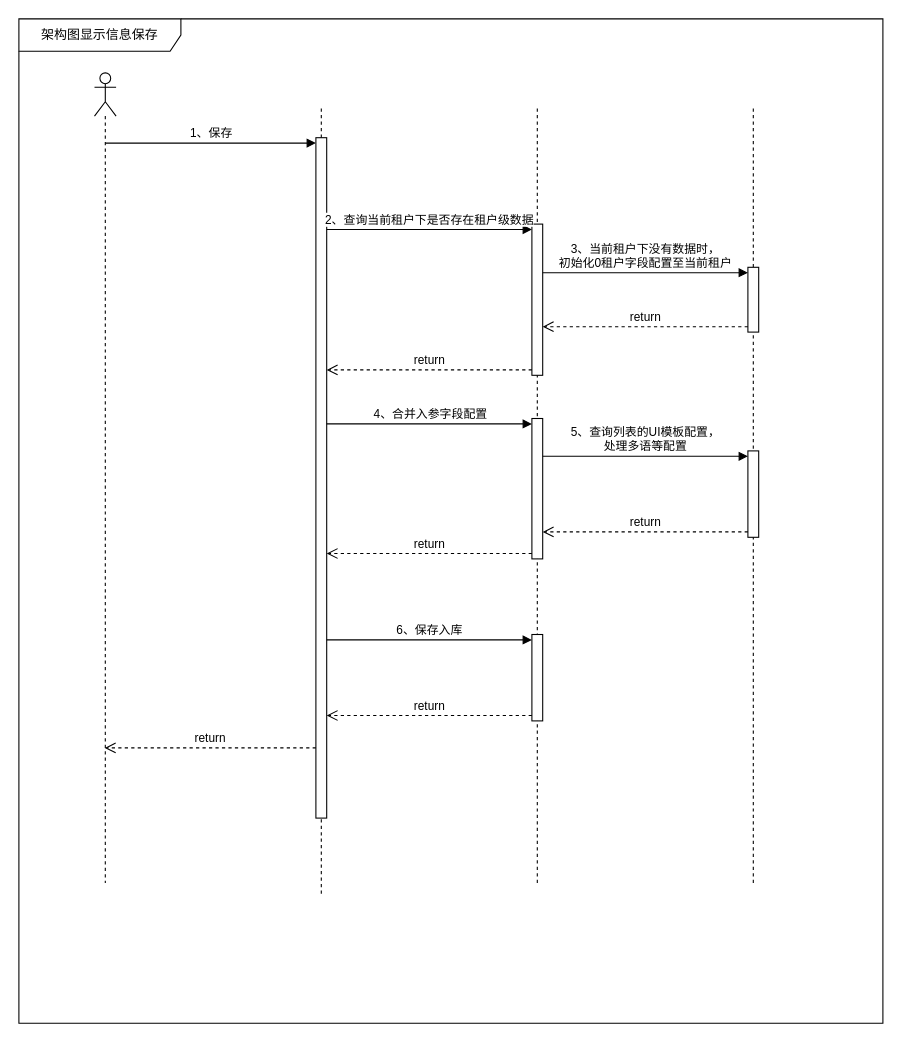
Before: 架构图-显示信息-保存.drawio in Super-YYQ/drawIo, a draw.io diagram. Source tidied: cells renumbered, new cells numbered last; positions are measured from the earlier drawing's top-left corner, leaving out a move shared by most shapes. Both pictures are drawn from the tidied source at 108%, with x=0, y=0 at pixel (18, 18).
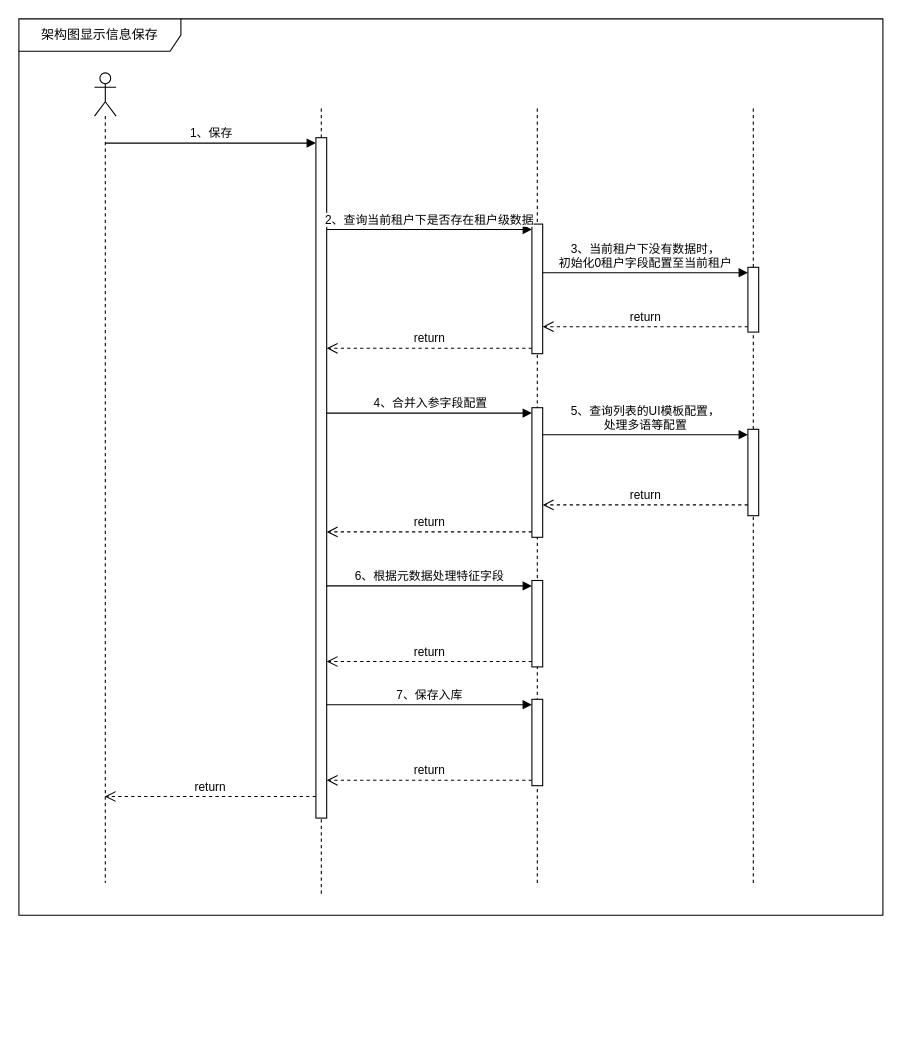
The same page after the edit.

Commit message:
更新架构图-显示信息-保存.drawio

The change refers to these unchanged cells:
```xml
<mxCell id="10" style="html=1;points=[[0,0,0,0,5],[0,1,0,0,-5],[1,0,0,0,5],[1,1,0,0,-5]];perimeter=orthogonalPerimeter;outlineConnect=0;targetShapes=umlLifeline;portConstraint=eastwest;newEdgeStyle={&quot;curved&quot;:0,&quot;rounded&quot;:0};" parent="1" vertex="1">
  <mxGeometry x="275" y="110" width="10" height="630" as="geometry" />
</mxCell>
```

Diff of the diagram source:
```diff
@@
     <mxCell id="2" value="架构图显示信息保存" style="shape=umlFrame;whiteSpace=wrap;html=1;width=150;height=30;" parent="1" vertex="1">
-      <mxGeometry width="800" height="930" as="geometry" />
+      <mxGeometry width="800" height="830" as="geometry" />
     </mxCell>
@@
     <mxCell id="8" value="return" style="html=1;verticalAlign=bottom;endArrow=open;dashed=1;endSize=8;curved=0;rounded=0;exitX=0;exitY=1;exitDx=0;exitDy=-5;" parent="1" edge="1">
       <mxGeometry relative="1" as="geometry">
-        <mxPoint x="275" y="675" as="sourcePoint" />
-        <mxPoint x="79.5" y="675" as="targetPoint" />
+        <mxPoint x="275" y="720" as="sourcePoint" />
+        <mxPoint x="79.5" y="720" as="targetPoint" />
       </mxGeometry>
     </mxCell>
@@
     <mxCell id="11" style="html=1;points=[[0,0,0,0,5],[0,1,0,0,-5],[1,0,0,0,5],[1,1,0,0,-5]];perimeter=orthogonalPerimeter;outlineConnect=0;targetShapes=umlLifeline;portConstraint=eastwest;newEdgeStyle={&quot;curved&quot;:0,&quot;rounded&quot;:0};" parent="1" vertex="1">
-      <mxGeometry x="475" y="190" width="10" height="140" as="geometry" />
+      <mxGeometry x="475" y="190" width="10" height="120" as="geometry" />
     </mxCell>
@@
     <mxCell id="17" style="html=1;points=[[0,0,0,0,5],[0,1,0,0,-5],[1,0,0,0,5],[1,1,0,0,-5]];perimeter=orthogonalPerimeter;outlineConnect=0;targetShapes=umlLifeline;portConstraint=eastwest;newEdgeStyle={&quot;curved&quot;:0,&quot;rounded&quot;:0};" parent="1" vertex="1">
-      <mxGeometry x="475" y="370" width="10" height="130" as="geometry" />
+      <mxGeometry x="475" y="360" width="10" height="120" as="geometry" />
     </mxCell>
-    <mxCell id="18" value="4、合并入参字段配置" style="html=1;verticalAlign=bottom;endArrow=block;curved=0;rounded=0;entryX=0;entryY=0;entryDx=0;entryDy=5;" parent="1" edge="1" target="17">
-      <mxGeometry x="0.01" relative="1" as="geometry">
-        <mxPoint x="285" y="375" as="sourcePoint" />
-      </mxGeometry>
+    <mxCell id="18" value="4、合并入参字段配置" style="html=1;verticalAlign=bottom;endArrow=block;curved=0;rounded=0;entryX=0;entryY=0;entryDx=0;entryDy=5;" parent="1" edge="1" source="10" target="17">
+      <mxGeometry x="0.01" relative="1" as="geometry" />
     </mxCell>
-    <mxCell id="19" value="return" style="html=1;verticalAlign=bottom;endArrow=open;dashed=1;endSize=8;curved=0;rounded=0;exitX=0;exitY=1;exitDx=0;exitDy=-5;" parent="1" edge="1" source="17">
-      <mxGeometry relative="1" as="geometry">
-        <mxPoint x="285" y="495" as="targetPoint" />
-      </mxGeometry>
+    <mxCell id="19" value="return" style="html=1;verticalAlign=bottom;endArrow=open;dashed=1;endSize=8;curved=0;rounded=0;exitX=0;exitY=1;exitDx=0;exitDy=-5;" parent="1" edge="1" source="17" target="10">
+      <mxGeometry relative="1" as="geometry" />
     </mxCell>
     <mxCell id="20" style="html=1;points=[[0,0,0,0,5],[0,1,0,0,-5],[1,0,0,0,5],[1,1,0,0,-5]];perimeter=orthogonalPerimeter;outlineConnect=0;targetShapes=umlLifeline;portConstraint=eastwest;newEdgeStyle={&quot;curved&quot;:0,&quot;rounded&quot;:0};" parent="1" vertex="1">
-      <mxGeometry x="675" y="400" width="10" height="80" as="geometry" />
+      <mxGeometry x="675" y="380" width="10" height="80" as="geometry" />
     </mxCell>
@@
-    <mxCell id="22" value="return" style="html=1;verticalAlign=bottom;endArrow=open;dashed=1;endSize=8;curved=0;rounded=0;exitX=0;exitY=1;exitDx=0;exitDy=-5;" parent="1" edge="1" source="20" target="17">
-      <mxGeometry relative="1" as="geometry" />
+    <mxCell id="22" value="return" style="html=1;verticalAlign=bottom;endArrow=open;dashed=1;endSize=8;curved=0;rounded=0;exitX=0;exitY=1;exitDx=0;exitDy=-5;" parent="1" edge="1">
+      <mxGeometry relative="1" as="geometry">
+        <mxPoint x="675" y="450" as="sourcePoint" />
+        <mxPoint x="485" y="450" as="targetPoint" />
+      </mxGeometry>
     </mxCell>
     <mxCell id="23" style="html=1;points=[[0,0,0,0,5],[0,1,0,0,-5],[1,0,0,0,5],[1,1,0,0,-5]];perimeter=orthogonalPerimeter;outlineConnect=0;targetShapes=umlLifeline;portConstraint=eastwest;newEdgeStyle={&quot;curved&quot;:0,&quot;rounded&quot;:0};" parent="1" vertex="1">
-      <mxGeometry x="475" y="570" width="10" height="80" as="geometry" />
+      <mxGeometry x="475" y="630" width="10" height="80" as="geometry" />
     </mxCell>
-    <mxCell id="24" value="6、保存入库" style="html=1;verticalAlign=bottom;endArrow=block;curved=0;rounded=0;entryX=0;entryY=0;entryDx=0;entryDy=5;" parent="1" edge="1" target="23">
+    <mxCell id="24" value="7、保存入库" style="html=1;verticalAlign=bottom;endArrow=block;curved=0;rounded=0;entryX=0;entryY=0;entryDx=0;entryDy=5;" parent="1" edge="1" target="23">
       <mxGeometry relative="1" as="geometry">
-        <mxPoint x="285" y="575" as="sourcePoint" />
+        <mxPoint x="285" y="635" as="sourcePoint" />
       </mxGeometry>
     </mxCell>
     <mxCell id="25" value="return" style="html=1;verticalAlign=bottom;endArrow=open;dashed=1;endSize=8;curved=0;rounded=0;exitX=0;exitY=1;exitDx=0;exitDy=-5;" parent="1" edge="1" source="23">
       <mxGeometry relative="1" as="geometry">
-        <mxPoint x="285" y="645" as="targetPoint" />
+        <mxPoint x="285" y="705" as="targetPoint" />
       </mxGeometry>
     </mxCell>
+    <mxCell id="26" style="html=1;points=[[0,0,0,0,5],[0,1,0,0,-5],[1,0,0,0,5],[1,1,0,0,-5]];perimeter=orthogonalPerimeter;outlineConnect=0;targetShapes=umlLifeline;portConstraint=eastwest;newEdgeStyle={&quot;curved&quot;:0,&quot;rounded&quot;:0};" parent="1" vertex="1">
+      <mxGeometry x="475" y="520" width="10" height="80" as="geometry" />
+    </mxCell>
+    <mxCell id="27" value="6、根据元数据处理特征字段" style="html=1;verticalAlign=bottom;endArrow=block;curved=0;rounded=0;entryX=0;entryY=0;entryDx=0;entryDy=5;" parent="1" edge="1" source="10" target="26">
+      <mxGeometry relative="1" as="geometry" />
+    </mxCell>
+    <mxCell id="28" value="return" style="html=1;verticalAlign=bottom;endArrow=open;dashed=1;endSize=8;curved=0;rounded=0;exitX=0;exitY=1;exitDx=0;exitDy=-5;" parent="1" edge="1" source="26" target="10">
+      <mxGeometry relative="1" as="geometry" />
+    </mxCell>
```
